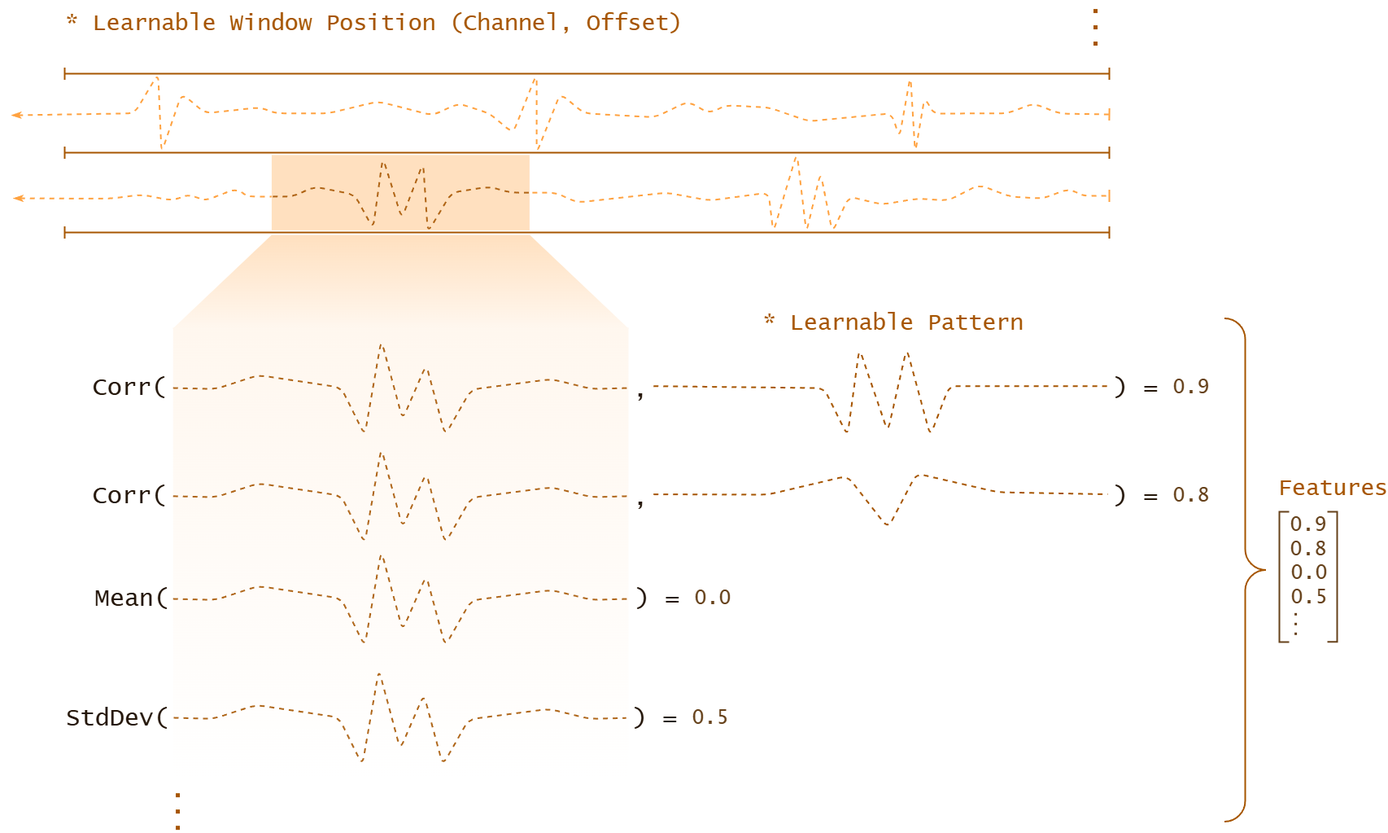
Senopiece/thesis keeps this draw.io diagram as figs/sps.drawio.png. Above is the earlier version. Source tidied: cells renumbered, new cells last; positions are measured from the earlier drawing's top-left corner, leaving out a move shared by most shapes.
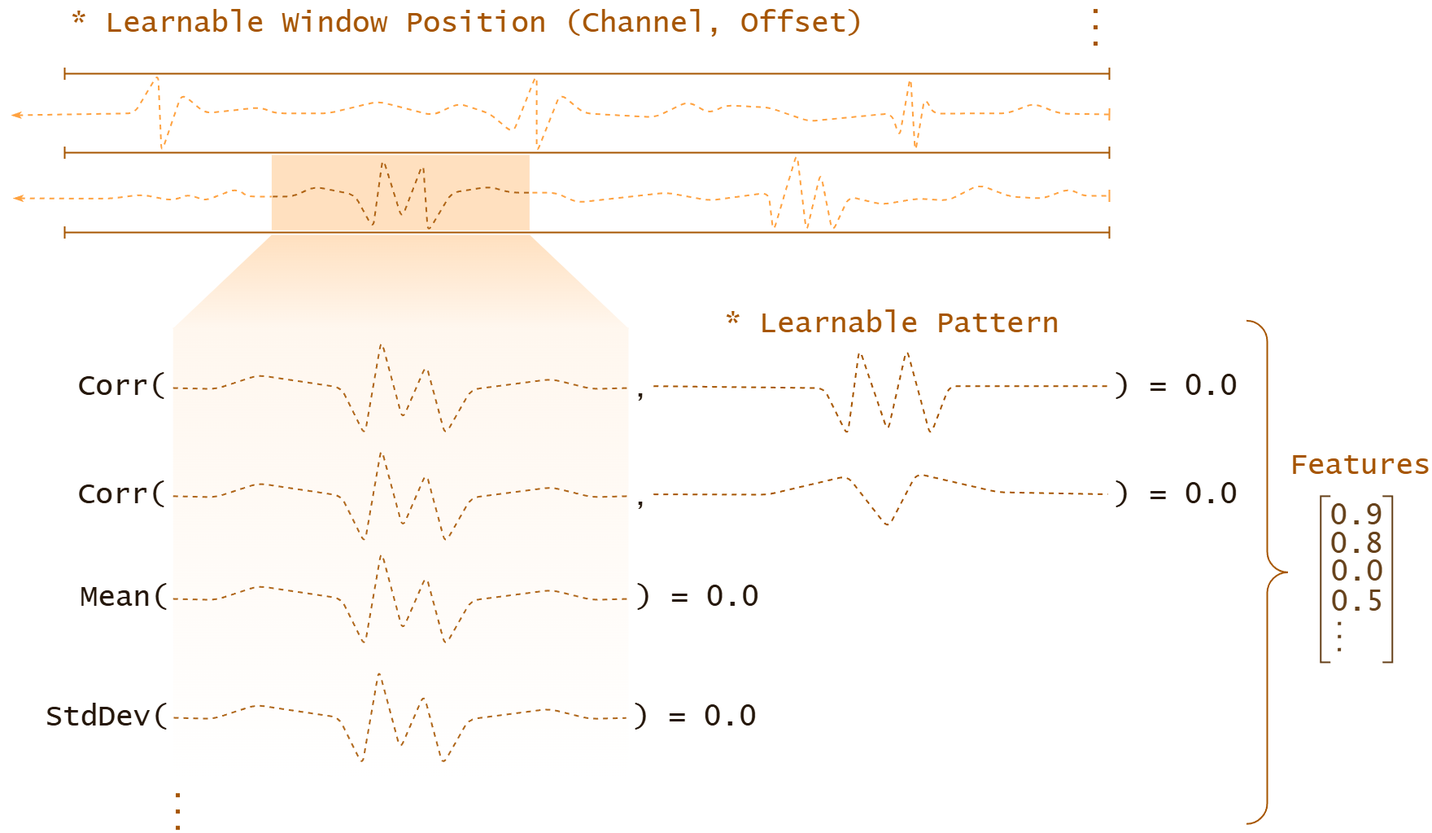
The same file after the commit.

What changed in the source:
```diff
@@ -14,24 +14,21 @@
     <mxCell id="4" style="shape=trapezoid;perimeter=trapezoidPerimeter;whiteSpace=wrap;html=1;fixedSize=1;size=121.42690058479525;gradientColor=light-dark(#FFFFFF, #fff7ef);fillColor=light-dark(#FFFFFF,#FFE0BF);strokeColor=none;" parent="1" vertex="1">
       <mxGeometry x="198" y="286" width="560" height="115" as="geometry" />
     </mxCell>
-    <mxCell id="5" value="* Learnable Window Position (Channel, Offset)" style="text;html=1;align=center;verticalAlign=middle;whiteSpace=wrap;rounded=0;fillColor=none;strokeColor=none;shadow=0;glass=0;fontColor=light-dark(#000000,#A65500);textShadow=0;fontSize=28;fontFamily=Lucida Console;" parent="1" vertex="1">
-      <mxGeometry x="64" y="9" width="763" height="35" as="geometry" />
+    <mxCell id="5" value="* Learnable Window Position (Channel, Offset)" style="text;html=1;align=center;verticalAlign=middle;whiteSpace=wrap;rounded=0;fillColor=none;strokeColor=none;shadow=0;glass=0;fontColor=light-dark(#000000,#A65500);textShadow=0;fontSize=36;fontFamily=Lucida Console;" parent="1" vertex="1">
+      <mxGeometry x="64" y="9" width="992" height="35" as="geometry" />
     </mxCell>
-    <mxCell id="6" value="Corr(" style="text;html=1;align=right;verticalAlign=middle;whiteSpace=wrap;rounded=0;fontColor=light-dark(#000000,#25170A);fontFamily=Lucida Console;spacing=0;spacingRight=5;fontSize=30;" parent="1" vertex="1">
+    <mxCell id="6" value="Corr(" style="text;html=1;align=right;verticalAlign=middle;whiteSpace=wrap;rounded=0;fontColor=light-dark(#000000,#25170A);fontFamily=Lucida Console;spacing=0;spacingRight=5;fontSize=36;" parent="1" vertex="1">
       <mxGeometry x="24" y="451" width="171.3" height="44.9" as="geometry" />
     </mxCell>
-    <mxCell id="7" value="Mean(" style="text;html=1;align=right;verticalAlign=middle;whiteSpace=wrap;rounded=0;fontColor=light-dark(#000000,#25170A);fontFamily=Lucida Console;spacing=0;spacingRight=5;fontSize=30;" parent="1" vertex="1">
+    <mxCell id="7" value="Mean(" style="text;html=1;align=right;verticalAlign=middle;whiteSpace=wrap;rounded=0;fontColor=light-dark(#000000,#25170A);fontFamily=Lucida Console;spacing=0;spacingRight=5;fontSize=36;" parent="1" vertex="1">
       <mxGeometry x="25.7" y="710" width="172.5" height="44.9" as="geometry" />
     </mxCell>
-    <mxCell id="8" value="StdDev(" style="text;html=1;align=right;verticalAlign=middle;whiteSpace=wrap;rounded=0;fontColor=light-dark(#000000,#25170A);fontFamily=Lucida Console;spacing=0;spacingRight=5;fontSize=30;" parent="1" vertex="1">
+    <mxCell id="8" value="StdDev(" style="text;html=1;align=right;verticalAlign=middle;whiteSpace=wrap;rounded=0;fontColor=light-dark(#000000,#25170A);fontFamily=Lucida Console;spacing=0;spacingRight=5;fontSize=36;" parent="1" vertex="1">
       <mxGeometry x="25.7" y="856.1" width="172.5" height="44.9" as="geometry" />
     </mxCell>
-    <mxCell id="9" value=") =" style="text;html=1;align=left;verticalAlign=middle;whiteSpace=wrap;rounded=0;fontColor=light-dark(#000000,#25170A);fontFamily=Lucida Console;spacing=0;spacingTop=0;spacingLeft=5;fontSize=30;" parent="1" vertex="1">
-      <mxGeometry x="761.7" y="710" width="93.1" height="44.9" as="geometry" />
+    <mxCell id="9" value=") = 0.0" style="text;html=1;align=left;verticalAlign=middle;whiteSpace=wrap;rounded=0;fontColor=light-dark(#000000,#25170A);fontFamily=Lucida Console;spacing=0;spacingTop=0;spacingLeft=5;fontSize=36;" parent="1" vertex="1">
+      <mxGeometry x="761.7" y="710" width="179.3" height="44.9" as="geometry" />
     </mxCell>
-    <mxCell id="10" value="0.0" style="rounded=1;whiteSpace=wrap;html=1;fillColor=none;strokeColor=none;fillStyle=solid;fontColor=light-dark(#000000,#66411A);shadow=1;labelBackgroundColor=none;fontFamily=Lucida Console;fontSize=25;" parent="1" vertex="1">
-      <mxGeometry x="830.2" y="704.4" width="64" height="56" as="geometry" />
-    </mxCell>
     <mxCell id="11" style="curved=0;endArrow=none;html=1;rounded=1;exitX=0;exitY=0.5;exitDx=0;exitDy=0;dashed=1;fillColor=#fa6800;strokeColor=light-dark(#C73500,#A65500);startFill=0;opacity=90;entryX=1;entryY=0.5;entryDx=0;entryDy=0;fontSize=30;strokeWidth=2;" parent="1" edge="1">
       <mxGeometry relative="1" as="geometry">
         <mxPoint x="198.2" y="733" as="sourcePoint" />
@@ -57,8 +54,8 @@
         <mxPoint x="204" y="963.1" as="targetPoint" />
       </mxGeometry>
     </mxCell>
-    <mxCell id="13" value="Features" style="text;html=1;align=left;verticalAlign=middle;whiteSpace=wrap;rounded=0;fillColor=none;strokeColor=none;shadow=0;glass=0;fontColor=light-dark(#000000,#A65500);textShadow=0;fontSize=28;fontFamily=Lucida Console;" parent="1" vertex="1">
-      <mxGeometry x="1554.6" y="581" width="137" height="34.6" as="geometry" />
+    <mxCell id="13" value="Features" style="text;html=1;align=left;verticalAlign=middle;whiteSpace=wrap;rounded=0;fillColor=none;strokeColor=none;shadow=0;glass=0;fontColor=light-dark(#000000,#A65500);textShadow=0;fontSize=36;fontFamily=Lucida Console;" parent="1" vertex="1">
+      <mxGeometry x="1569" y="553" width="169.4" height="34.6" as="geometry" />
     </mxCell>
     <mxCell id="14" style="curved=0;endArrow=baseDash;html=1;rounded=1;strokeColor=light-dark(#C73500,#FFA240);dashed=1;startFill=1;fillColor=#fa6800;startArrow=classicThin;endFill=0;endSize=12;strokeWidth=2;" parent="1" edge="1">
       <mxGeometry relative="1" as="geometry">
@@ -217,42 +214,36 @@
         <mxPoint x="1332" as="targetPoint" />
       </mxGeometry>
     </mxCell>
-    <mxCell id="24" value="0.9" style="rounded=1;whiteSpace=wrap;html=1;fillColor=none;strokeColor=none;fillStyle=solid;fontColor=light-dark(#000000,#66411A);shadow=1;labelBackgroundColor=none;fontFamily=Lucida Console;fontSize=25;" parent="1" vertex="1">
-      <mxGeometry x="1562.1" y="627" width="64" height="29.7" as="geometry" />
+    <mxCell id="24" value="0.9" style="rounded=1;whiteSpace=wrap;html=1;fillColor=none;strokeColor=none;fillStyle=solid;fontColor=light-dark(#000000,#66411A);shadow=1;labelBackgroundColor=none;fontFamily=Lucida Console;fontSize=36;" parent="1" vertex="1">
+      <mxGeometry x="1620.7" y="617.5" width="64" height="29.7" as="geometry" />
     </mxCell>
-    <mxCell id="25" style="strokeWidth=2;html=1;shape=mxgraph.flowchart.annotation_1;align=left;fillColor=none;strokeColor=light-dark(#000000,#66411A);rotation=-180;" parent="1" vertex="1">
-      <mxGeometry x="1617.1" y="626" width="12" height="159.7" as="geometry" />
+    <mxCell id="25" style="strokeWidth=2;html=1;shape=mxgraph.flowchart.annotation_1;align=left;fillColor=none;strokeColor=light-dark(#000000,#66411A);rotation=-180;fontSize=36;" parent="1" vertex="1">
+      <mxGeometry x="1684.7" y="606.9" width="12" height="204" as="geometry" />
     </mxCell>
-    <mxCell id="26" value="0.8" style="rounded=1;whiteSpace=wrap;html=1;fillColor=none;strokeColor=none;fillStyle=solid;fontColor=light-dark(#000000,#66411A);shadow=1;labelBackgroundColor=none;fontFamily=Lucida Console;fontSize=25;" parent="1" vertex="1">
-      <mxGeometry x="1562.1" y="656.7" width="64" height="29.7" as="geometry" />
+    <mxCell id="26" value="0.8" style="rounded=1;whiteSpace=wrap;html=1;fillColor=none;strokeColor=none;fillStyle=solid;fontColor=light-dark(#000000,#66411A);shadow=1;labelBackgroundColor=none;fontFamily=Lucida Console;fontSize=36;" parent="1" vertex="1">
+      <mxGeometry x="1620.7" y="651.8" width="64" height="29.7" as="geometry" />
     </mxCell>
     <mxCell id="27" style="strokeWidth=2;html=1;shape=mxgraph.flowchart.annotation_1;align=left;fillColor=none;strokeColor=light-dark(#000000,#66411A);rotation=0;" parent="1" vertex="1">
-      <mxGeometry x="1558" y="626" width="12" height="160" as="geometry" />
+      <mxGeometry x="1608.7" y="606.8" width="12" height="204" as="geometry" />
     </mxCell>
-    <mxCell id="28" value="0.0" style="rounded=1;whiteSpace=wrap;html=1;fillColor=none;strokeColor=none;fillStyle=solid;fontColor=light-dark(#000000,#66411A);shadow=1;labelBackgroundColor=none;fontFamily=Lucida Console;fontSize=25;" parent="1" vertex="1">
-      <mxGeometry x="1564.1" y="686.4" width="62" height="29.7" as="geometry" />
+    <mxCell id="28" value="0.0" style="rounded=1;whiteSpace=wrap;html=1;fillColor=none;strokeColor=none;fillStyle=solid;fontColor=light-dark(#000000,#66411A);shadow=1;labelBackgroundColor=none;fontFamily=Lucida Console;fontSize=36;" parent="1" vertex="1">
+      <mxGeometry x="1622.7" y="685.8" width="62" height="29.7" as="geometry" />
     </mxCell>
-    <mxCell id="29" value="0.5" style="rounded=1;whiteSpace=wrap;html=1;fillColor=none;strokeColor=none;fillStyle=solid;fontColor=light-dark(#000000,#66411A);shadow=1;labelBackgroundColor=none;fontFamily=Lucida Console;fontSize=25;" parent="1" vertex="1">
-      <mxGeometry x="1562.1" y="716" width="65.9" height="29.7" as="geometry" />
+    <mxCell id="29" value="0.5" style="rounded=1;whiteSpace=wrap;html=1;fillColor=none;strokeColor=none;fillStyle=solid;fontColor=light-dark(#000000,#66411A);shadow=1;labelBackgroundColor=none;fontFamily=Lucida Console;fontSize=36;" parent="1" vertex="1">
+      <mxGeometry x="1620.8" y="722.8" width="65.9" height="29.7" as="geometry" />
     </mxCell>
-    <mxCell id="30" style="endArrow=none;dashed=1;html=1;dashPattern=1 3;strokeWidth=3;rounded=1;strokeColor=light-dark(#000000,#66411A);curved=0;fontSize=30;" parent="1" edge="1">
+    <mxCell id="30" style="endArrow=none;dashed=1;html=1;dashPattern=1 3;strokeWidth=4;rounded=1;strokeColor=light-dark(#000000,#66411A);curved=0;fontSize=36;" parent="1" edge="1">
       <mxGeometry relative="1" as="geometry">
-        <mxPoint x="1578.1" y="777.3" as="sourcePoint" />
-        <mxPoint x="1578.1" y="745.7" as="targetPoint" />
+        <mxPoint x="1631.7" y="797.3" as="sourcePoint" />
+        <mxPoint x="1631.8" y="756.8" as="targetPoint" />
       </mxGeometry>
     </mxCell>
-    <mxCell id="31" value=") =" style="text;html=1;align=left;verticalAlign=middle;whiteSpace=wrap;rounded=0;fontColor=light-dark(#000000,#25170A);fontFamily=Lucida Console;spacing=0;spacingTop=0;spacingLeft=5;fontSize=30;" parent="1" vertex="1">
-      <mxGeometry x="759" y="856.1" width="93.1" height="44.9" as="geometry" />
+    <mxCell id="31" value=") = 0.0" style="text;html=1;align=left;verticalAlign=middle;whiteSpace=wrap;rounded=0;fontColor=light-dark(#000000,#25170A);fontFamily=Lucida Console;spacing=0;spacingTop=0;spacingLeft=5;fontSize=36;" parent="1" vertex="1">
+      <mxGeometry x="759" y="856.1" width="167" height="44.9" as="geometry" />
     </mxCell>
-    <mxCell id="32" value="0.5" style="rounded=1;whiteSpace=wrap;html=1;fillColor=none;strokeColor=none;fillStyle=solid;fontColor=light-dark(#000000,#66411A);shadow=1;labelBackgroundColor=none;fontFamily=Lucida Console;fontSize=25;" parent="1" vertex="1">
-      <mxGeometry x="827.4" y="850.5" width="64" height="56" as="geometry" />
-    </mxCell>
-    <mxCell id="33" value=") =" style="text;html=1;align=left;verticalAlign=middle;whiteSpace=wrap;rounded=0;fontColor=light-dark(#000000,#25170A);fontFamily=Lucida Console;spacing=0;spacingTop=0;spacingLeft=5;fontSize=30;" parent="1" vertex="1">
-      <mxGeometry x="1350" y="451" width="93.1" height="44.9" as="geometry" />
+    <mxCell id="33" value=") = 0.0" style="text;html=1;align=left;verticalAlign=middle;whiteSpace=wrap;rounded=0;fontColor=light-dark(#000000,#25170A);fontFamily=Lucida Console;spacing=0;spacingTop=0;spacingLeft=5;fontSize=36;" parent="1" vertex="1">
+      <mxGeometry x="1350" y="451" width="162" height="44.9" as="geometry" />
     </mxCell>
-    <mxCell id="34" value="0.9" style="rounded=1;whiteSpace=wrap;html=1;fillColor=none;strokeColor=none;fillStyle=solid;fontColor=light-dark(#000000,#66411A);shadow=1;labelBackgroundColor=none;fontFamily=Lucida Console;fontSize=25;" parent="1" vertex="1">
-      <mxGeometry x="1418.4" y="445.4" width="64" height="56" as="geometry" />
-    </mxCell>
     <mxCell id="35" value="," style="text;html=1;align=left;verticalAlign=middle;whiteSpace=wrap;rounded=0;fontColor=light-dark(#000000,#25170A);fontFamily=Lucida Console;spacing=0;spacingTop=0;spacingLeft=5;fontSize=30;" parent="1" vertex="1">
       <mxGeometry x="759" y="453" width="25" height="44.9" as="geometry" />
     </mxCell>
@@ -271,10 +262,10 @@
         </Array>
       </mxGeometry>
     </mxCell>
-    <mxCell id="37" value="* Learnable Pattern" style="text;html=1;align=center;verticalAlign=middle;whiteSpace=wrap;rounded=0;fillColor=none;strokeColor=none;shadow=0;glass=0;fontColor=light-dark(#000000,#A65500);textShadow=0;fontSize=28;fontFamily=Lucida Console;" parent="1" vertex="1">
-      <mxGeometry x="916" y="377" width="335" height="37" as="geometry" />
+    <mxCell id="37" value="* Learnable Pattern" style="text;html=1;align=center;verticalAlign=middle;whiteSpace=wrap;rounded=0;fillColor=none;strokeColor=none;shadow=0;glass=0;fontColor=light-dark(#000000,#A65500);textShadow=0;fontSize=36;fontFamily=Lucida Console;" parent="1" vertex="1">
+      <mxGeometry x="853" y="377" width="458" height="37" as="geometry" />
     </mxCell>
-    <mxCell id="38" value="Corr(" style="text;html=1;align=right;verticalAlign=middle;whiteSpace=wrap;rounded=0;fontColor=light-dark(#000000,#25170A);fontFamily=Lucida Console;spacing=0;spacingRight=5;fontSize=30;" parent="1" vertex="1">
+    <mxCell id="38" value="Corr(" style="text;html=1;align=right;verticalAlign=middle;whiteSpace=wrap;rounded=0;fontColor=light-dark(#000000,#25170A);fontFamily=Lucida Console;spacing=0;spacingRight=5;fontSize=36;" parent="1" vertex="1">
       <mxGeometry x="24" y="583.9" width="171.3" height="44.9" as="geometry" />
     </mxCell>
     <mxCell id="39" style="curved=0;endArrow=none;html=1;rounded=1;exitX=0;exitY=0.5;exitDx=0;exitDy=0;dashed=1;fillColor=#fa6800;strokeColor=light-dark(#C73500,#A65500);startFill=0;opacity=90;entryX=1;entryY=0.5;entryDx=0;entryDy=0;fontSize=30;strokeWidth=2;" parent="1" edge="1">
@@ -296,12 +287,9 @@
         </Array>
       </mxGeometry>
     </mxCell>
-    <mxCell id="40" value=") =" style="text;html=1;align=left;verticalAlign=middle;whiteSpace=wrap;rounded=0;fontColor=light-dark(#000000,#25170A);fontFamily=Lucida Console;spacing=0;spacingTop=0;spacingLeft=5;fontSize=30;" parent="1" vertex="1">
-      <mxGeometry x="1350" y="583.9" width="93.1" height="44.9" as="geometry" />
+    <mxCell id="40" value=") = 0.0" style="text;html=1;align=left;verticalAlign=middle;whiteSpace=wrap;rounded=0;fontColor=light-dark(#000000,#25170A);fontFamily=Lucida Console;spacing=0;spacingTop=0;spacingLeft=5;fontSize=36;" parent="1" vertex="1">
+      <mxGeometry x="1350" y="583.9" width="166" height="44.9" as="geometry" />
     </mxCell>
-    <mxCell id="41" value="0.8" style="rounded=1;whiteSpace=wrap;html=1;fillColor=none;strokeColor=none;fillStyle=solid;fontColor=light-dark(#000000,#66411A);shadow=1;labelBackgroundColor=none;fontFamily=Lucida Console;fontSize=25;" parent="1" vertex="1">
-      <mxGeometry x="1418.5" y="578.3" width="64" height="56" as="geometry" />
-    </mxCell>
     <mxCell id="42" value="," style="text;html=1;align=left;verticalAlign=middle;whiteSpace=wrap;rounded=0;fontColor=light-dark(#000000,#25170A);fontFamily=Lucida Console;spacing=0;spacingTop=0;spacingLeft=5;fontSize=30;" parent="1" vertex="1">
       <mxGeometry x="759" y="585.9" width="25" height="44.9" as="geometry" />
     </mxCell>
@@ -319,7 +307,7 @@
       </mxGeometry>
     </mxCell>
     <mxCell id="44" style="verticalLabelPosition=bottom;shadow=0;dashed=0;align=center;html=1;verticalAlign=top;strokeWidth=2;shape=mxgraph.mockup.markup.curlyBrace;whiteSpace=wrap;strokeColor=#A65500;rotation=90;fillColor=none;" parent="1" vertex="1">
-      <mxGeometry x="1207" y="672" width="618" height="51" as="geometry" />
+      <mxGeometry x="1234" y="674.9" width="618" height="51" as="geometry" />
     </mxCell>
   </root>
 </mxGraphModel>
```
